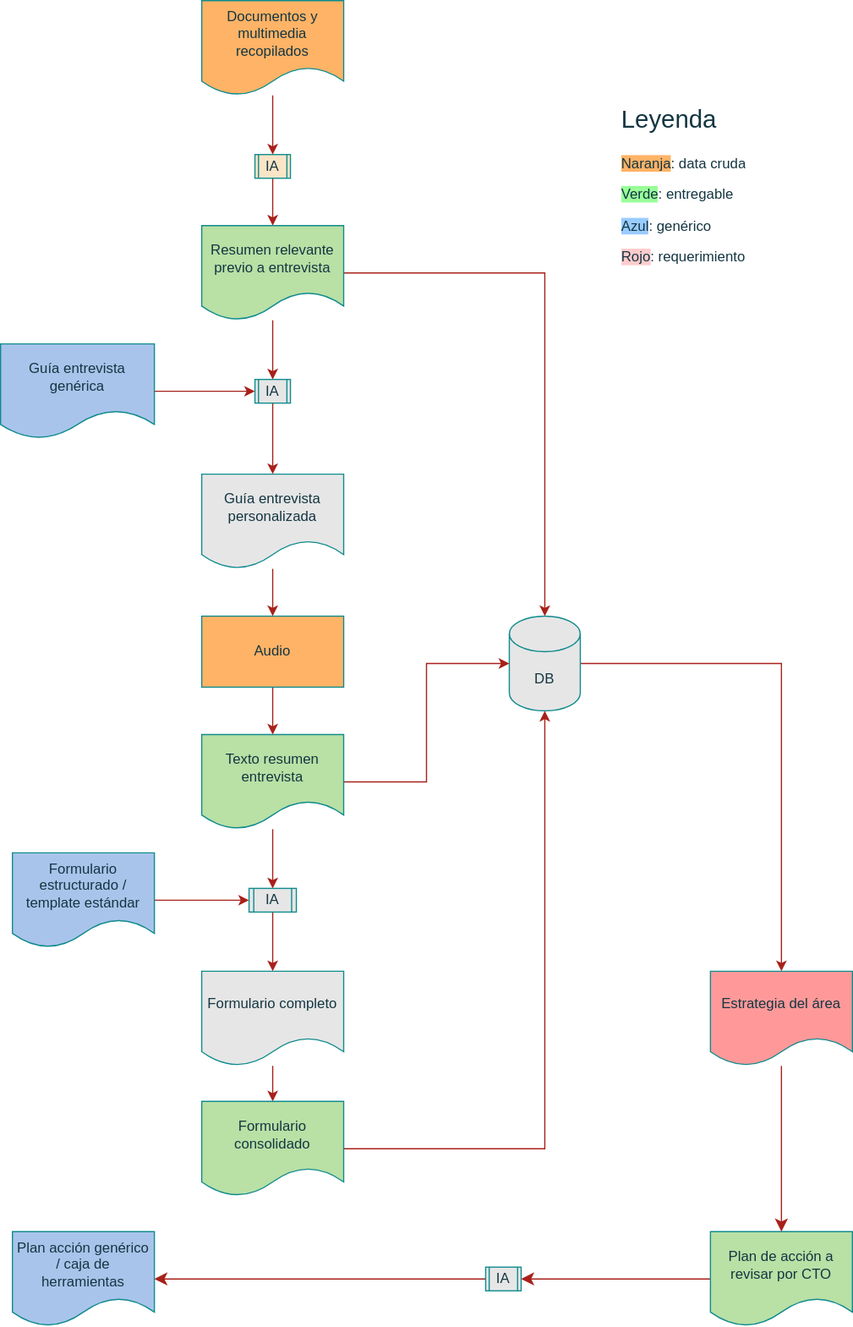
This is documentos/diagramas/Diagrama.svg from pablosartorio/iandes, a draw.io export, as it was before one commit. Source tidied: cells renumbered, new cells last; positions are measured from the earlier drawing's top-left corner, leaving out a move shared by most shapes.
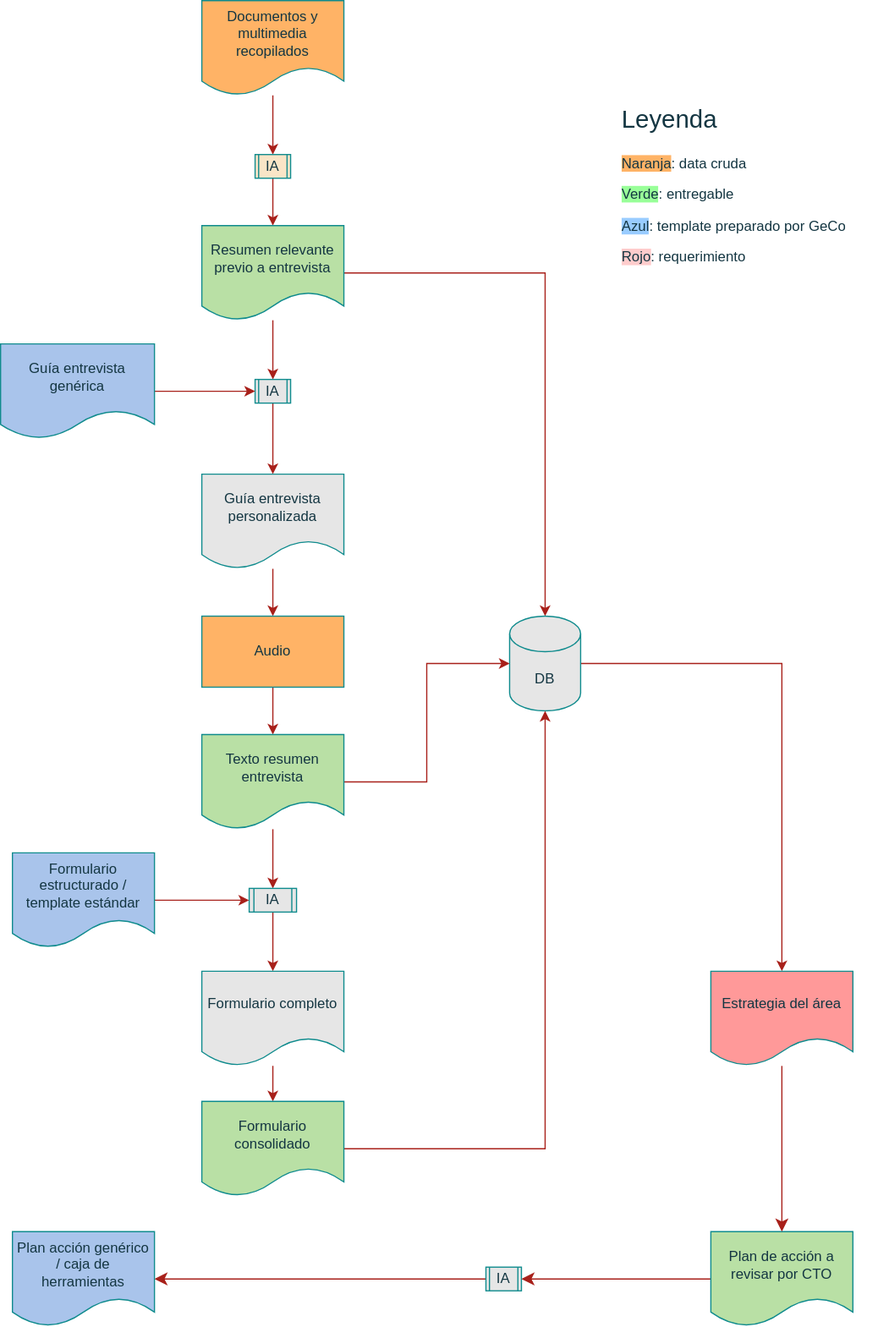
The same file after the commit.

Change to the diagram source:
```diff
@@ -101,8 +101,8 @@
     <mxCell id="34" value="Plan de acción a revisar por CTO" style="shape=document;whiteSpace=wrap;html=1;boundedLbl=1;fillColor=#B9E0A5;strokeColor=#0F8B8D;labelBackgroundColor=none;fontColor=#143642;" parent="1" vertex="1">
       <mxGeometry x="600" y="1040" width="120" height="80" as="geometry" />
     </mxCell>
-    <mxCell id="35" value="&lt;h1&gt;&lt;font style=&quot;font-size: 21px; font-weight: normal;&quot;&gt;Leyenda&lt;/font&gt;&lt;/h1&gt;&lt;p&gt;&lt;span style=&quot;background-color: rgb(255, 179, 102);&quot;&gt;Naranja&lt;/span&gt;: data cruda&lt;/p&gt;&lt;p&gt;&lt;span style=&quot;background-color: rgb(153, 255, 153);&quot;&gt;Verde&lt;/span&gt;: entregable&lt;/p&gt;&lt;p&gt;&lt;font style=&quot;background-color: rgb(153, 204, 255);&quot;&gt;Azul&lt;/font&gt;: genérico&lt;/p&gt;&lt;p&gt;&lt;span style=&quot;background-color: rgb(255, 204, 204);&quot;&gt;Rojo&lt;/span&gt;: requerimiento&lt;/p&gt;" style="text;html=1;strokeColor=none;fillColor=none;spacing=5;spacingTop=-20;whiteSpace=wrap;overflow=hidden;rounded=0;labelBackgroundColor=none;fontColor=#143642;" parent="1" vertex="1">
-      <mxGeometry x="520" y="80" width="190" height="150" as="geometry" />
+    <mxCell id="35" value="&lt;h1&gt;&lt;font style=&quot;font-size: 21px; font-weight: normal;&quot;&gt;Leyenda&lt;/font&gt;&lt;/h1&gt;&lt;p&gt;&lt;span style=&quot;background-color: rgb(255, 179, 102);&quot;&gt;Naranja&lt;/span&gt;: data cruda&lt;/p&gt;&lt;p&gt;&lt;span style=&quot;background-color: rgb(153, 255, 153);&quot;&gt;Verde&lt;/span&gt;: entregable&lt;/p&gt;&lt;p&gt;&lt;font style=&quot;background-color: rgb(153, 204, 255);&quot;&gt;Azul&lt;/font&gt;: template preparado por GeCo&lt;/p&gt;&lt;p&gt;&lt;span style=&quot;background-color: rgb(255, 204, 204);&quot;&gt;Rojo&lt;/span&gt;: requerimiento&lt;/p&gt;" style="text;html=1;strokeColor=none;fillColor=none;spacing=5;spacingTop=-20;whiteSpace=wrap;overflow=hidden;rounded=0;labelBackgroundColor=none;fontColor=#143642;" parent="1" vertex="1">
+      <mxGeometry x="520" y="80" width="230" height="150" as="geometry" />
     </mxCell>
     <mxCell id="36" style="edgeStyle=none;curved=1;rounded=0;jettySize=auto;html=1;fontSize=12;startSize=8;endSize=8;labelBackgroundColor=none;strokeColor=#A8201A;fontColor=default;" parent="1" edge="1" source="37" target="34">
       <mxGeometry relative="1" as="geometry" />
```
